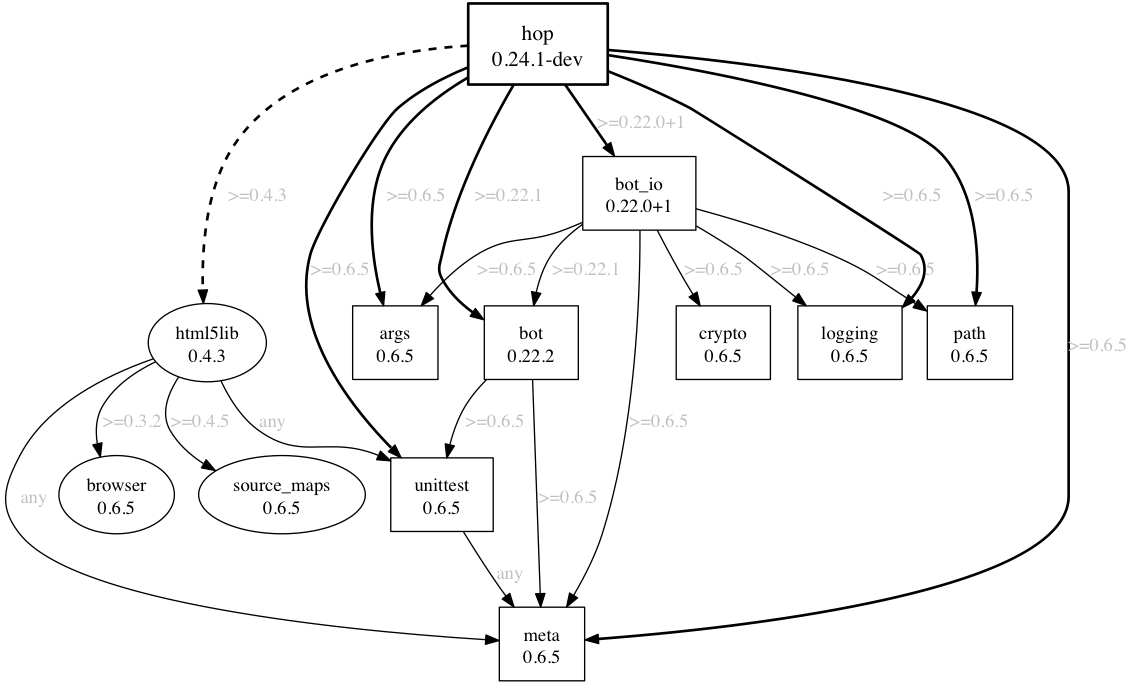
Above: docs/sample.png in kevmoo/pubviz (Graphviz), before the change. Its source is kept beside it as docs/sample.dot.
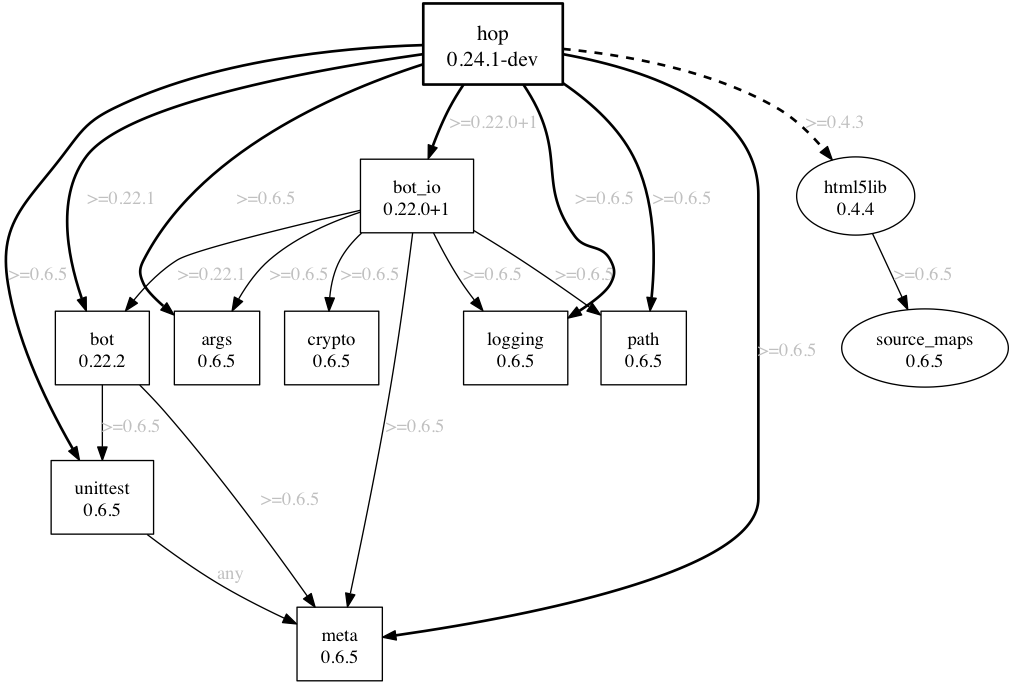
Above is the later version.

The edit, as a diff of the source:
```diff
@@ -17,9 +17,6 @@
   bot_io -> meta [label=">=0.6.5",fontcolor=gray];
   bot_io -> path [label=">=0.6.5",fontcolor=gray];
 
-  browser [label="browser
-0.6.5"];
-
   crypto [label="crypto
 0.6.5",shape=box,margin="0.25,0.15"];
 
@@ -35,11 +32,8 @@
   hop -> html5lib [label=">=0.4.3",fontcolor=gray,penwidth=2,style=dashed];
 
   html5lib [label="html5lib
-0.4.3",group=primary];
-  html5lib -> browser [label=">=0.3.2",fontcolor=gray];
-  html5lib -> meta [label="any",fontcolor=gray];
-  html5lib -> source_maps [label=">=0.4.5",fontcolor=gray];
-  html5lib -> unittest [label="any",fontcolor=gray];
+0.4.4",group=primary];
+  html5lib -> source_maps [label=">=0.6.5",fontcolor=gray];
 
   logging [label="logging
 0.6.5",shape=box,margin="0.25,0.15",group=primary];
```
